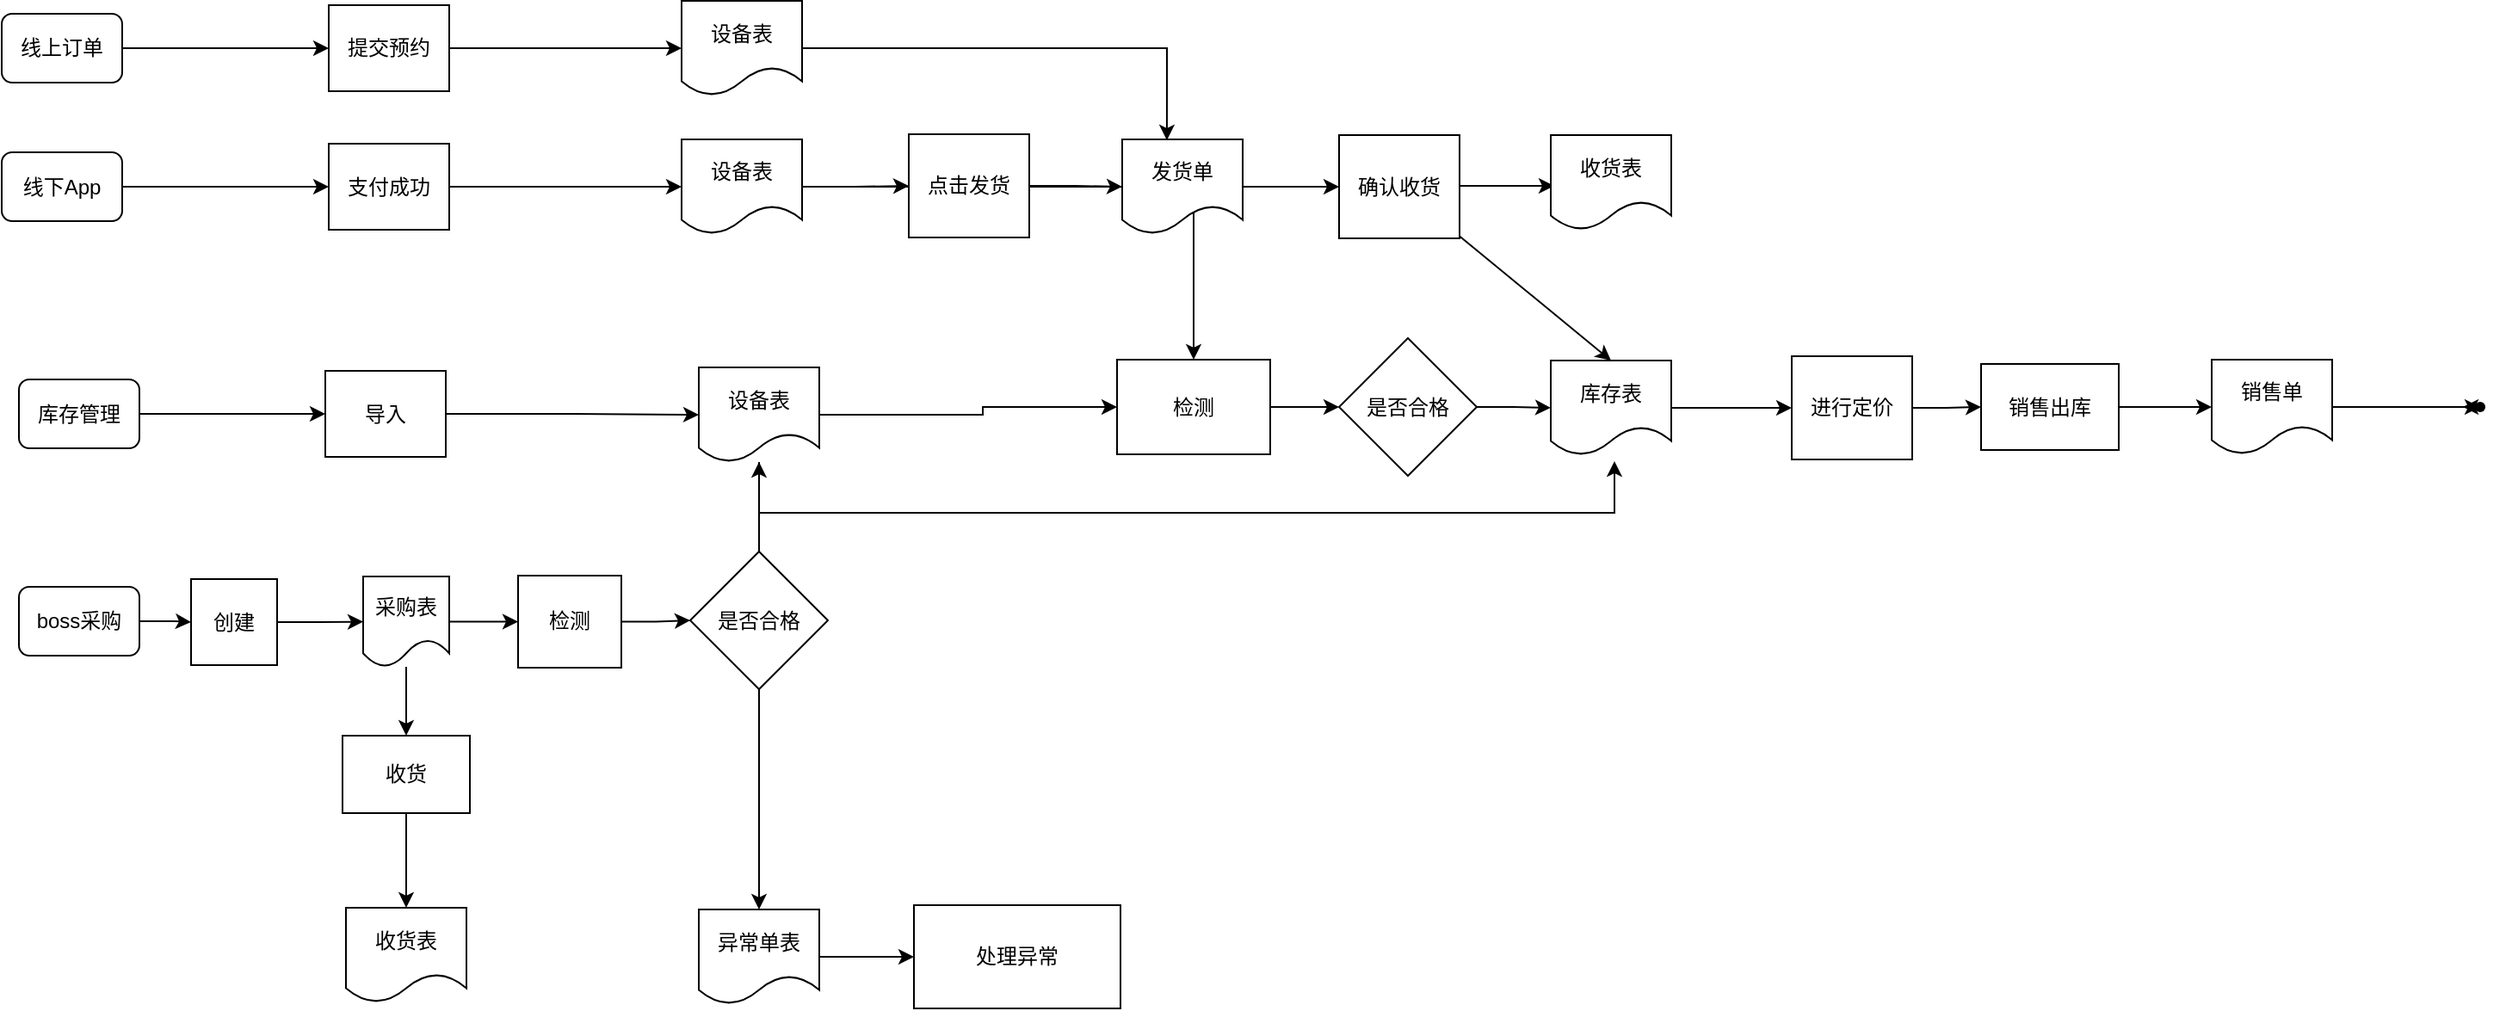
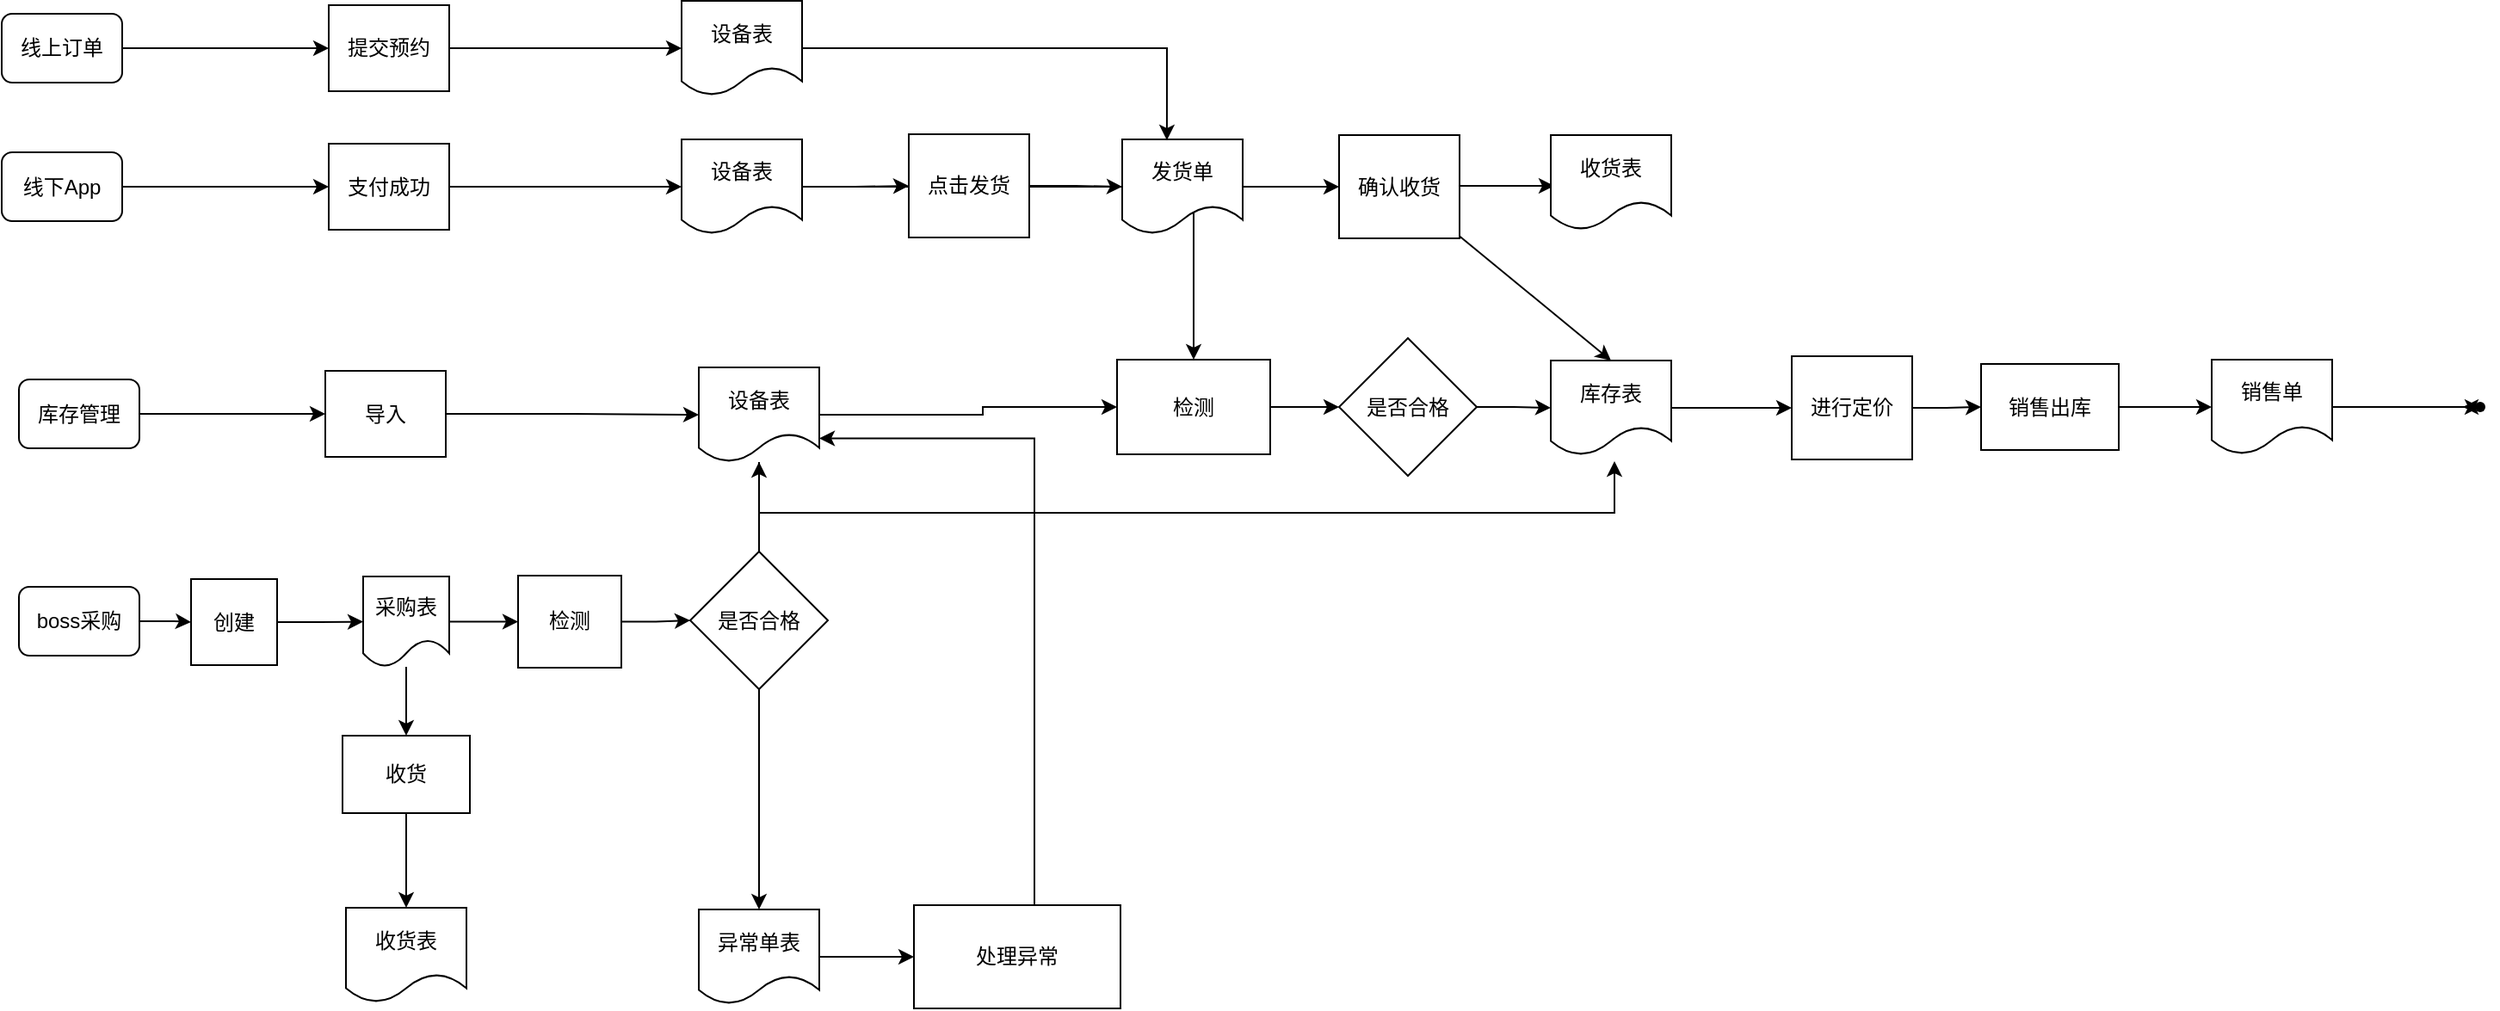
<mxfile host="app.diagrams.net">
  <diagram name="第 1 页" id="s3CgnVwbfZmktE_ADOAM">
    <mxGraphModel dx="1414" dy="730" grid="1" gridSize="10" guides="1" tooltips="1" connect="1" arrows="1" fold="1" page="1" pageScale="1" pageWidth="827" pageHeight="1169" math="0" shadow="0">
      <root>
        <mxCell id="0" />
        <mxCell id="1" parent="0" />
        <mxCell id="9bAV4iDaCewVaVFpZhyE-6" edge="1" parent="1" source="9bAV4iDaCewVaVFpZhyE-1" style="edgeStyle=orthogonalEdgeStyle;rounded=0;orthogonalLoop=1;jettySize=auto;html=1;entryX=0;entryY=0.5;entryDx=0;entryDy=0;" target="9bAV4iDaCewVaVFpZhyE-5">
          <mxGeometry relative="1" as="geometry" />
        </mxCell>
        <mxCell id="9bAV4iDaCewVaVFpZhyE-1" parent="1" style="rounded=1;whiteSpace=wrap;html=1;" value="线上订单" vertex="1">
          <mxGeometry height="40" width="70" x="100" y="200" as="geometry" />
        </mxCell>
        <mxCell id="9bAV4iDaCewVaVFpZhyE-8" edge="1" parent="1" source="9bAV4iDaCewVaVFpZhyE-2" style="edgeStyle=orthogonalEdgeStyle;rounded=0;orthogonalLoop=1;jettySize=auto;html=1;entryX=0;entryY=0.5;entryDx=0;entryDy=0;" target="9bAV4iDaCewVaVFpZhyE-7">
          <mxGeometry relative="1" as="geometry" />
        </mxCell>
        <mxCell id="9bAV4iDaCewVaVFpZhyE-2" parent="1" style="rounded=1;whiteSpace=wrap;html=1;" value="线下App" vertex="1">
          <mxGeometry height="40" width="70" x="100" y="280.5" as="geometry" />
        </mxCell>
        <mxCell id="9bAV4iDaCewVaVFpZhyE-18" edge="1" parent="1" source="9bAV4iDaCewVaVFpZhyE-4" style="edgeStyle=orthogonalEdgeStyle;rounded=0;orthogonalLoop=1;jettySize=auto;html=1;entryX=0;entryY=0.5;entryDx=0;entryDy=0;" target="9bAV4iDaCewVaVFpZhyE-17">
          <mxGeometry relative="1" as="geometry" />
        </mxCell>
        <mxCell id="9bAV4iDaCewVaVFpZhyE-4" parent="1" style="rounded=1;whiteSpace=wrap;html=1;" value="boss采购" vertex="1">
          <mxGeometry height="40" width="70" x="110" y="533" as="geometry" />
        </mxCell>
        <mxCell id="9bAV4iDaCewVaVFpZhyE-13" edge="1" parent="1" source="9bAV4iDaCewVaVFpZhyE-5" style="edgeStyle=orthogonalEdgeStyle;rounded=0;orthogonalLoop=1;jettySize=auto;html=1;entryX=0;entryY=0.5;entryDx=0;entryDy=0;" target="9bAV4iDaCewVaVFpZhyE-10">
          <mxGeometry relative="1" as="geometry" />
        </mxCell>
        <mxCell id="9bAV4iDaCewVaVFpZhyE-5" parent="1" style="rounded=0;whiteSpace=wrap;html=1;" value="提交预约" vertex="1">
          <mxGeometry height="50" width="70" x="290" y="195" as="geometry" />
        </mxCell>
        <mxCell id="9bAV4iDaCewVaVFpZhyE-14" edge="1" parent="1" source="9bAV4iDaCewVaVFpZhyE-7" style="edgeStyle=orthogonalEdgeStyle;rounded=0;orthogonalLoop=1;jettySize=auto;html=1;entryX=0;entryY=0.5;entryDx=0;entryDy=0;" target="9bAV4iDaCewVaVFpZhyE-11">
          <mxGeometry relative="1" as="geometry" />
        </mxCell>
        <mxCell id="9bAV4iDaCewVaVFpZhyE-7" parent="1" style="rounded=0;whiteSpace=wrap;html=1;" value="支付成功" vertex="1">
          <mxGeometry height="50" width="70" x="290" y="275.5" as="geometry" />
        </mxCell>
        <mxCell id="GVKssT9AvyQaVMVPeHK4-81" edge="1" parent="1" source="9bAV4iDaCewVaVFpZhyE-9" style="edgeStyle=orthogonalEdgeStyle;rounded=0;orthogonalLoop=1;jettySize=auto;html=1;" target="GVKssT9AvyQaVMVPeHK4-80" value="">
          <mxGeometry relative="1" as="geometry" />
        </mxCell>
        <mxCell id="9bAV4iDaCewVaVFpZhyE-9" parent="1" style="rounded=0;whiteSpace=wrap;html=1;" value="收货" vertex="1">
          <mxGeometry height="45" width="74" x="298" y="619.5" as="geometry" />
        </mxCell>
        <mxCell id="9bAV4iDaCewVaVFpZhyE-10" parent="1" style="shape=document;whiteSpace=wrap;html=1;boundedLbl=1;" value="设备表" vertex="1">
          <mxGeometry height="55" width="70" x="495" y="192.5" as="geometry" />
        </mxCell>
        <mxCell id="GVKssT9AvyQaVMVPeHK4-16" edge="1" parent="1" source="9bAV4iDaCewVaVFpZhyE-11" style="edgeStyle=orthogonalEdgeStyle;rounded=0;orthogonalLoop=1;jettySize=auto;html=1;entryX=0.5;entryY=0;entryDx=0;entryDy=0;" target="GVKssT9AvyQaVMVPeHK4-11">
          <mxGeometry relative="1" as="geometry" />
        </mxCell>
        <mxCell id="GVKssT9AvyQaVMVPeHK4-46" edge="1" parent="1" source="9bAV4iDaCewVaVFpZhyE-11" style="edgeStyle=orthogonalEdgeStyle;rounded=0;orthogonalLoop=1;jettySize=auto;html=1;entryX=0;entryY=0.5;entryDx=0;entryDy=0;" target="GVKssT9AvyQaVMVPeHK4-45">
          <mxGeometry relative="1" as="geometry" />
        </mxCell>
        <mxCell id="9bAV4iDaCewVaVFpZhyE-11" parent="1" style="shape=document;whiteSpace=wrap;html=1;boundedLbl=1;" value="设备表" vertex="1">
          <mxGeometry height="55" width="70" x="495" y="273" as="geometry" />
        </mxCell>
        <mxCell id="9bAV4iDaCewVaVFpZhyE-20" edge="1" parent="1" source="9bAV4iDaCewVaVFpZhyE-17" style="edgeStyle=orthogonalEdgeStyle;rounded=0;orthogonalLoop=1;jettySize=auto;html=1;entryX=0;entryY=0.5;entryDx=0;entryDy=0;" target="9bAV4iDaCewVaVFpZhyE-19">
          <mxGeometry relative="1" as="geometry" />
        </mxCell>
        <mxCell id="9bAV4iDaCewVaVFpZhyE-17" parent="1" style="rounded=0;whiteSpace=wrap;html=1;" value="创建" vertex="1">
          <mxGeometry height="50" width="50" x="210" y="528.5" as="geometry" />
        </mxCell>
        <mxCell id="GVKssT9AvyQaVMVPeHK4-70" edge="1" parent="1" source="9bAV4iDaCewVaVFpZhyE-19" style="edgeStyle=orthogonalEdgeStyle;rounded=0;orthogonalLoop=1;jettySize=auto;html=1;" target="9bAV4iDaCewVaVFpZhyE-9" value="">
          <mxGeometry relative="1" as="geometry" />
        </mxCell>
        <mxCell id="GVKssT9AvyQaVMVPeHK4-86" edge="1" parent="1" source="9bAV4iDaCewVaVFpZhyE-19" style="edgeStyle=orthogonalEdgeStyle;rounded=0;orthogonalLoop=1;jettySize=auto;html=1;" target="GVKssT9AvyQaVMVPeHK4-85" value="">
          <mxGeometry relative="1" as="geometry" />
        </mxCell>
        <mxCell id="9bAV4iDaCewVaVFpZhyE-19" parent="1" style="shape=document;whiteSpace=wrap;html=1;boundedLbl=1;" value="采购表" vertex="1">
          <mxGeometry height="52.5" width="50" x="310" y="527" as="geometry" />
        </mxCell>
        <mxCell id="GVKssT9AvyQaVMVPeHK4-67" edge="1" parent="1" source="GVKssT9AvyQaVMVPeHK4-10" style="edgeStyle=orthogonalEdgeStyle;rounded=0;orthogonalLoop=1;jettySize=auto;html=1;" target="GVKssT9AvyQaVMVPeHK4-13" value="">
          <mxGeometry relative="1" as="geometry" />
        </mxCell>
        <mxCell id="GVKssT9AvyQaVMVPeHK4-10" parent="1" style="rhombus;whiteSpace=wrap;html=1;" value="是否合格" vertex="1">
          <mxGeometry height="80" width="80" x="877" y="388.5" as="geometry" />
        </mxCell>
        <mxCell id="GVKssT9AvyQaVMVPeHK4-74" edge="1" parent="1" source="GVKssT9AvyQaVMVPeHK4-11" style="edgeStyle=orthogonalEdgeStyle;rounded=0;orthogonalLoop=1;jettySize=auto;html=1;" target="GVKssT9AvyQaVMVPeHK4-10" value="">
          <mxGeometry relative="1" as="geometry" />
        </mxCell>
        <mxCell id="GVKssT9AvyQaVMVPeHK4-11" parent="1" style="rounded=0;whiteSpace=wrap;html=1;" value="&lt;span style=&quot;text-align: left;&quot;&gt;检测&lt;/span&gt;" vertex="1">
          <mxGeometry height="55" width="89" x="748" y="401" as="geometry" />
        </mxCell>
        <mxCell id="GVKssT9AvyQaVMVPeHK4-60" edge="1" parent="1" source="GVKssT9AvyQaVMVPeHK4-13" style="edgeStyle=orthogonalEdgeStyle;rounded=0;orthogonalLoop=1;jettySize=auto;html=1;" target="GVKssT9AvyQaVMVPeHK4-19" value="">
          <mxGeometry relative="1" as="geometry" />
        </mxCell>
        <mxCell id="GVKssT9AvyQaVMVPeHK4-13" parent="1" style="shape=document;whiteSpace=wrap;html=1;boundedLbl=1;" value="库存表" vertex="1">
          <mxGeometry height="55" width="70" x="1000" y="401.5" as="geometry" />
        </mxCell>
        <mxCell id="GVKssT9AvyQaVMVPeHK4-22" edge="1" parent="1" source="GVKssT9AvyQaVMVPeHK4-19" style="edgeStyle=orthogonalEdgeStyle;rounded=0;orthogonalLoop=1;jettySize=auto;html=1;" target="GVKssT9AvyQaVMVPeHK4-21" value="">
          <mxGeometry relative="1" as="geometry" />
        </mxCell>
        <mxCell id="GVKssT9AvyQaVMVPeHK4-19" parent="1" style="rounded=0;whiteSpace=wrap;html=1;" value="进行定价" vertex="1">
          <mxGeometry height="60" width="70" x="1140" y="399" as="geometry" />
        </mxCell>
        <mxCell id="GVKssT9AvyQaVMVPeHK4-25" edge="1" parent="1" source="GVKssT9AvyQaVMVPeHK4-21" style="edgeStyle=orthogonalEdgeStyle;rounded=0;orthogonalLoop=1;jettySize=auto;html=1;" target="GVKssT9AvyQaVMVPeHK4-24" value="">
          <mxGeometry relative="1" as="geometry" />
        </mxCell>
        <mxCell id="GVKssT9AvyQaVMVPeHK4-21" parent="1" style="whiteSpace=wrap;html=1;rounded=0;" value="销售出库" vertex="1">
          <mxGeometry height="50" width="80" x="1250" y="403.5" as="geometry" />
        </mxCell>
        <mxCell id="GVKssT9AvyQaVMVPeHK4-62" edge="1" parent="1" source="GVKssT9AvyQaVMVPeHK4-61" style="edgeStyle=orthogonalEdgeStyle;rounded=0;orthogonalLoop=1;jettySize=auto;html=1;" value="">
          <mxGeometry relative="1" as="geometry">
            <mxPoint x="1530" y="429" as="targetPoint" />
          </mxGeometry>
        </mxCell>
        <mxCell id="GVKssT9AvyQaVMVPeHK4-24" parent="1" style="shape=document;whiteSpace=wrap;html=1;boundedLbl=1;" value="销售单" vertex="1">
          <mxGeometry height="55" width="70" x="1384" y="401" as="geometry" />
        </mxCell>
        <mxCell id="GVKssT9AvyQaVMVPeHK4-50" edge="1" parent="1" source="GVKssT9AvyQaVMVPeHK4-26" style="edgeStyle=orthogonalEdgeStyle;rounded=0;orthogonalLoop=1;jettySize=auto;html=1;" target="GVKssT9AvyQaVMVPeHK4-49" value="">
          <mxGeometry relative="1" as="geometry" />
        </mxCell>
        <mxCell id="GVKssT9AvyQaVMVPeHK4-26" parent="1" style="shape=document;whiteSpace=wrap;html=1;boundedLbl=1;" value="发货单" vertex="1">
          <mxGeometry height="55" width="70" x="751" y="273" as="geometry" />
        </mxCell>
        <mxCell id="GVKssT9AvyQaVMVPeHK4-30" edge="1" parent="1" source="9bAV4iDaCewVaVFpZhyE-2" style="edgeStyle=orthogonalEdgeStyle;rounded=0;orthogonalLoop=1;jettySize=auto;html=1;exitX=0.5;exitY=1;exitDx=0;exitDy=0;" target="9bAV4iDaCewVaVFpZhyE-2">
          <mxGeometry relative="1" as="geometry" />
        </mxCell>
        <mxCell id="GVKssT9AvyQaVMVPeHK4-31" edge="1" parent="1" style="edgeStyle=orthogonalEdgeStyle;rounded=0;orthogonalLoop=1;jettySize=auto;html=1;exitX=0.5;exitY=1;exitDx=0;exitDy=0;">
          <mxGeometry relative="1" as="geometry">
            <mxPoint x="200" y="390" as="sourcePoint" />
            <mxPoint x="200" y="390" as="targetPoint" />
          </mxGeometry>
        </mxCell>
        <mxCell id="GVKssT9AvyQaVMVPeHK4-34" edge="1" parent="1" source="GVKssT9AvyQaVMVPeHK4-32" style="edgeStyle=orthogonalEdgeStyle;rounded=0;orthogonalLoop=1;jettySize=auto;html=1;entryX=0;entryY=0.5;entryDx=0;entryDy=0;" target="GVKssT9AvyQaVMVPeHK4-33">
          <mxGeometry relative="1" as="geometry" />
        </mxCell>
        <mxCell id="GVKssT9AvyQaVMVPeHK4-32" parent="1" style="rounded=1;whiteSpace=wrap;html=1;" value="库存管理" vertex="1">
          <mxGeometry height="40" width="70" x="110" y="412.5" as="geometry" />
        </mxCell>
        <mxCell id="GVKssT9AvyQaVMVPeHK4-33" parent="1" style="rounded=0;whiteSpace=wrap;html=1;" value="导入" vertex="1">
          <mxGeometry height="50" width="70" x="288" y="407.5" as="geometry" />
        </mxCell>
        <mxCell id="GVKssT9AvyQaVMVPeHK4-39" edge="1" parent="1" style="edgeStyle=orthogonalEdgeStyle;rounded=0;orthogonalLoop=1;jettySize=auto;html=1;exitX=0.5;exitY=1;exitDx=0;exitDy=0;">
          <mxGeometry relative="1" as="geometry">
            <mxPoint x="133" y="453.5" as="sourcePoint" />
            <mxPoint x="133" y="453.5" as="targetPoint" />
          </mxGeometry>
        </mxCell>
        <mxCell id="GVKssT9AvyQaVMVPeHK4-75" edge="1" parent="1" source="GVKssT9AvyQaVMVPeHK4-40" style="edgeStyle=orthogonalEdgeStyle;rounded=0;orthogonalLoop=1;jettySize=auto;html=1;">
          <mxGeometry relative="1" as="geometry">
            <Array as="points">
              <mxPoint x="540" y="490" />
              <mxPoint x="1037" y="490" />
            </Array>
            <mxPoint x="1037" y="460" as="targetPoint" />
          </mxGeometry>
        </mxCell>
        <mxCell id="GVKssT9AvyQaVMVPeHK4-94" edge="1" parent="1" source="GVKssT9AvyQaVMVPeHK4-40" style="edgeStyle=orthogonalEdgeStyle;rounded=0;orthogonalLoop=1;jettySize=auto;html=1;entryX=0;entryY=0.5;entryDx=0;entryDy=0;" target="GVKssT9AvyQaVMVPeHK4-11">
          <mxGeometry relative="1" as="geometry">
            <Array as="points">
              <mxPoint x="670" y="433" />
              <mxPoint x="670" y="429" />
            </Array>
          </mxGeometry>
        </mxCell>
        <mxCell id="GVKssT9AvyQaVMVPeHK4-40" parent="1" style="shape=document;whiteSpace=wrap;html=1;boundedLbl=1;" value="设备表" vertex="1">
          <mxGeometry height="55" width="70" x="505" y="405.5" as="geometry" />
        </mxCell>
        <mxCell id="GVKssT9AvyQaVMVPeHK4-41" edge="1" parent="1" source="GVKssT9AvyQaVMVPeHK4-33" style="edgeStyle=orthogonalEdgeStyle;rounded=0;orthogonalLoop=1;jettySize=auto;html=1;entryX=0;entryY=0.5;entryDx=0;entryDy=0;" target="GVKssT9AvyQaVMVPeHK4-40">
          <mxGeometry relative="1" as="geometry" />
        </mxCell>
        <mxCell id="GVKssT9AvyQaVMVPeHK4-47" edge="1" parent="1" source="GVKssT9AvyQaVMVPeHK4-45" style="edgeStyle=orthogonalEdgeStyle;rounded=0;orthogonalLoop=1;jettySize=auto;html=1;entryX=0;entryY=0.5;entryDx=0;entryDy=0;" target="GVKssT9AvyQaVMVPeHK4-26">
          <mxGeometry relative="1" as="geometry" />
        </mxCell>
        <mxCell id="GVKssT9AvyQaVMVPeHK4-45" parent="1" style="rounded=0;whiteSpace=wrap;html=1;" value="点击发货" vertex="1">
          <mxGeometry height="60" width="70" x="627" y="270" as="geometry" />
        </mxCell>
        <mxCell id="GVKssT9AvyQaVMVPeHK4-48" edge="1" parent="1" source="9bAV4iDaCewVaVFpZhyE-10" style="edgeStyle=orthogonalEdgeStyle;rounded=0;orthogonalLoop=1;jettySize=auto;html=1;entryX=0.371;entryY=0.009;entryDx=0;entryDy=0;entryPerimeter=0;" target="GVKssT9AvyQaVMVPeHK4-26">
          <mxGeometry relative="1" as="geometry" />
        </mxCell>
        <mxCell id="GVKssT9AvyQaVMVPeHK4-52" edge="1" parent="1" source="GVKssT9AvyQaVMVPeHK4-49" style="edgeStyle=orthogonalEdgeStyle;rounded=0;orthogonalLoop=1;jettySize=auto;html=1;" value="">
          <mxGeometry relative="1" as="geometry">
            <mxPoint x="1002" y="300" as="targetPoint" />
          </mxGeometry>
        </mxCell>
        <mxCell id="GVKssT9AvyQaVMVPeHK4-76" edge="1" parent="1" source="GVKssT9AvyQaVMVPeHK4-49" style="rounded=0;orthogonalLoop=1;jettySize=auto;html=1;entryX=0.5;entryY=0;entryDx=0;entryDy=0;" target="GVKssT9AvyQaVMVPeHK4-13">
          <mxGeometry relative="1" as="geometry" />
        </mxCell>
        <mxCell id="GVKssT9AvyQaVMVPeHK4-49" parent="1" style="whiteSpace=wrap;html=1;" value="确认收货" vertex="1">
          <mxGeometry height="60" width="70" x="877" y="270.5" as="geometry" />
        </mxCell>
        <mxCell id="GVKssT9AvyQaVMVPeHK4-65" edge="1" parent="1" source="GVKssT9AvyQaVMVPeHK4-24" style="edgeStyle=orthogonalEdgeStyle;rounded=0;orthogonalLoop=1;jettySize=auto;html=1;" target="GVKssT9AvyQaVMVPeHK4-61" value="">
          <mxGeometry relative="1" as="geometry">
            <mxPoint x="1454" y="429" as="sourcePoint" />
            <mxPoint x="1530" y="429" as="targetPoint" />
          </mxGeometry>
        </mxCell>
        <mxCell id="GVKssT9AvyQaVMVPeHK4-61" parent="1" style="shape=waypoint;sketch=0;size=6;pointerEvents=1;points=[];fillColor=default;resizable=0;rotatable=0;perimeter=centerPerimeter;snapToPoint=1;" value="" vertex="1">
          <mxGeometry height="20" width="20" x="1530" y="418.5" as="geometry" />
        </mxCell>
        <mxCell id="GVKssT9AvyQaVMVPeHK4-79" parent="1" style="shape=document;whiteSpace=wrap;html=1;boundedLbl=1;" value="收货表" vertex="1">
          <mxGeometry height="55" width="70" x="1000" y="270.5" as="geometry" />
        </mxCell>
        <mxCell id="GVKssT9AvyQaVMVPeHK4-80" parent="1" style="shape=document;whiteSpace=wrap;html=1;boundedLbl=1;" value="收货表" vertex="1">
          <mxGeometry height="55" width="70" x="300" y="719.5" as="geometry" />
        </mxCell>
        <mxCell id="GVKssT9AvyQaVMVPeHK4-88" edge="1" parent="1" source="GVKssT9AvyQaVMVPeHK4-85" style="edgeStyle=orthogonalEdgeStyle;rounded=0;orthogonalLoop=1;jettySize=auto;html=1;" target="GVKssT9AvyQaVMVPeHK4-87" value="">
          <mxGeometry relative="1" as="geometry" />
        </mxCell>
        <mxCell id="GVKssT9AvyQaVMVPeHK4-85" parent="1" style="rounded=0;whiteSpace=wrap;html=1;" value="&lt;span style=&quot;text-align: left;&quot;&gt;检测&lt;/span&gt;" vertex="1">
          <mxGeometry height="53.5" width="60" x="400" y="526.5" as="geometry" />
        </mxCell>
        <mxCell id="GVKssT9AvyQaVMVPeHK4-91" edge="1" parent="1" source="GVKssT9AvyQaVMVPeHK4-87" style="edgeStyle=orthogonalEdgeStyle;rounded=0;orthogonalLoop=1;jettySize=auto;html=1;" target="GVKssT9AvyQaVMVPeHK4-40" value="">
          <mxGeometry relative="1" as="geometry" />
        </mxCell>
        <mxCell id="GVKssT9AvyQaVMVPeHK4-93" edge="1" parent="1" source="GVKssT9AvyQaVMVPeHK4-87" style="edgeStyle=orthogonalEdgeStyle;rounded=0;orthogonalLoop=1;jettySize=auto;html=1;entryX=0.5;entryY=0;entryDx=0;entryDy=0;" target="GVKssT9AvyQaVMVPeHK4-92">
          <mxGeometry relative="1" as="geometry" />
        </mxCell>
        <mxCell id="GVKssT9AvyQaVMVPeHK4-87" parent="1" style="rhombus;whiteSpace=wrap;html=1;" value="是否合格" vertex="1">
          <mxGeometry height="80" width="80" x="500" y="512.5" as="geometry" />
        </mxCell>
        <mxCell id="GVKssT9AvyQaVMVPeHK4-96" edge="1" parent="1" source="GVKssT9AvyQaVMVPeHK4-92" style="edgeStyle=orthogonalEdgeStyle;rounded=0;orthogonalLoop=1;jettySize=auto;html=1;" target="GVKssT9AvyQaVMVPeHK4-95" value="">
          <mxGeometry relative="1" as="geometry" />
        </mxCell>
        <mxCell id="GVKssT9AvyQaVMVPeHK4-92" parent="1" style="shape=document;whiteSpace=wrap;html=1;boundedLbl=1;" value="异常单表" vertex="1">
          <mxGeometry height="55" width="70" x="505" y="720.5" as="geometry" />
        </mxCell>
+         <mxCell id="GVKssT9AvyQaVMVPeHK4-97" edge="1" parent="1" source="GVKssT9AvyQaVMVPeHK4-95" style="edgeStyle=orthogonalEdgeStyle;rounded=0;orthogonalLoop=1;jettySize=auto;html=1;entryX=1;entryY=0.75;entryDx=0;entryDy=0;exitX=1;exitY=0.5;exitDx=0;exitDy=0;" target="GVKssT9AvyQaVMVPeHK4-40">
+           <mxGeometry relative="1" as="geometry">
+             <Array as="points">
+               <mxPoint x="700" y="748" />
+               <mxPoint x="700" y="447" />
+             </Array>
+           </mxGeometry>
+         </mxCell>
        <mxCell id="GVKssT9AvyQaVMVPeHK4-95" parent="1" style="whiteSpace=wrap;html=1;" value="处理异常" vertex="1">
          <mxGeometry height="60" width="120" x="630" y="718" as="geometry" />
        </mxCell>
      </root>
    </mxGraphModel>
  </diagram>
</mxfile>
